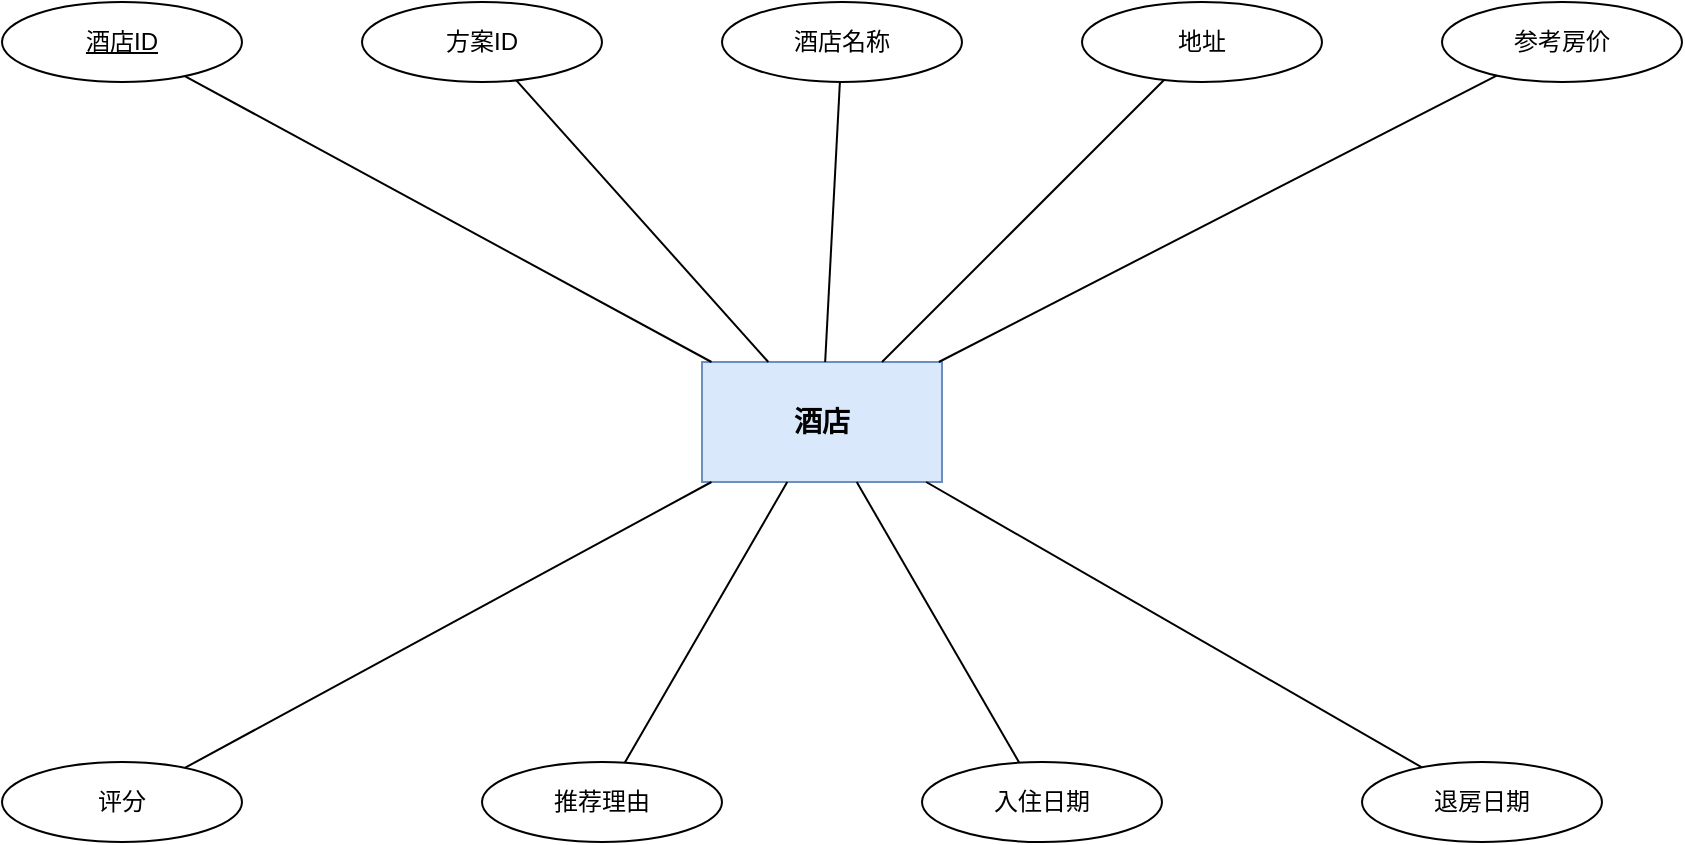
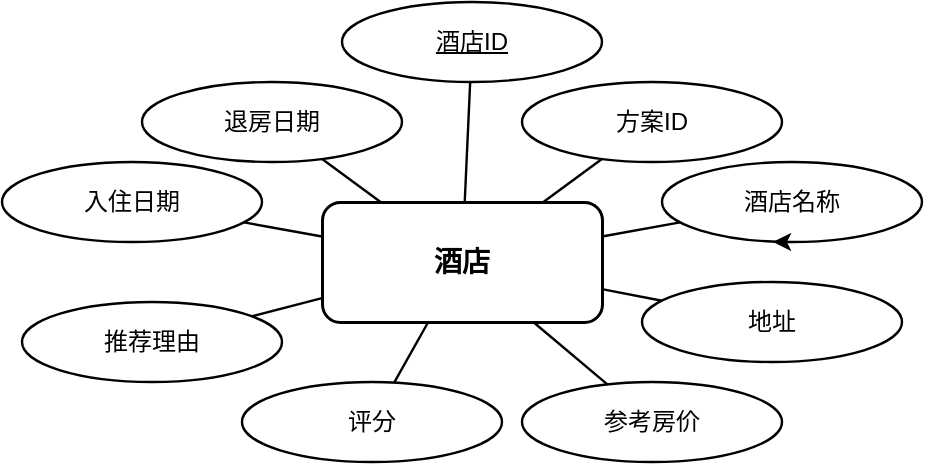
- <mxfile host="app.diagrams.net" type="device">
+ <mxfile host="Electron">
  <diagram name="酒店实体属性图" id="entHotel">
-     <mxGraphModel dx="900" dy="500" grid="1" gridSize="10" guides="1" tooltips="1" connect="1" arrows="1" fold="1" page="1" pageScale="1" pageWidth="900" pageHeight="500" math="0" shadow="0">
+     <mxGraphModel dx="934" dy="662" grid="1" gridSize="10" guides="1" tooltips="1" connect="1" arrows="1" fold="1" page="1" pageScale="1" pageWidth="1060" pageHeight="720" math="0" shadow="0">
      <root>
-         <mxCell id="0"/>
-         <mxCell id="1" parent="0"/>
-         <mxCell id="ent" value="酒店" style="rounded=0;whiteSpace=wrap;html=1;fontSize=14;fontStyle=1;fillColor=#dae8fc;strokeColor=#6c8ebf;" vertex="1" parent="1"><mxGeometry x="390" y="220" width="120" height="60" as="geometry"/></mxCell>
-         <mxCell id="a1" value="&lt;u&gt;酒店ID&lt;/u&gt;" style="ellipse;whiteSpace=wrap;html=1;fontSize=12;" vertex="1" parent="1"><mxGeometry x="40" y="40" width="120" height="40" as="geometry"/></mxCell>
-         <mxCell id="a2" value="方案ID" style="ellipse;whiteSpace=wrap;html=1;fontSize=12;" vertex="1" parent="1"><mxGeometry x="220" y="40" width="120" height="40" as="geometry"/></mxCell>
-         <mxCell id="a3" value="酒店名称" style="ellipse;whiteSpace=wrap;html=1;fontSize=12;" vertex="1" parent="1"><mxGeometry x="400" y="40" width="120" height="40" as="geometry"/></mxCell>
-         <mxCell id="a4" value="地址" style="ellipse;whiteSpace=wrap;html=1;fontSize=12;" vertex="1" parent="1"><mxGeometry x="580" y="40" width="120" height="40" as="geometry"/></mxCell>
-         <mxCell id="a5" value="参考房价" style="ellipse;whiteSpace=wrap;html=1;fontSize=12;" vertex="1" parent="1"><mxGeometry x="760" y="40" width="120" height="40" as="geometry"/></mxCell>
-         <mxCell id="a6" value="评分" style="ellipse;whiteSpace=wrap;html=1;fontSize=12;" vertex="1" parent="1"><mxGeometry x="40" y="420" width="120" height="40" as="geometry"/></mxCell>
-         <mxCell id="a7" value="推荐理由" style="ellipse;whiteSpace=wrap;html=1;fontSize=12;" vertex="1" parent="1"><mxGeometry x="280" y="420" width="120" height="40" as="geometry"/></mxCell>
-         <mxCell id="a8" value="入住日期" style="ellipse;whiteSpace=wrap;html=1;fontSize=12;" vertex="1" parent="1"><mxGeometry x="500" y="420" width="120" height="40" as="geometry"/></mxCell>
-         <mxCell id="a9" value="退房日期" style="ellipse;whiteSpace=wrap;html=1;fontSize=12;" vertex="1" parent="1"><mxGeometry x="720" y="420" width="120" height="40" as="geometry"/></mxCell>
-         <mxCell id="e1" style="endArrow=none;html=1;" edge="1" parent="1" source="ent" target="a1"><mxGeometry relative="1" as="geometry"/></mxCell>
-         <mxCell id="e2" style="endArrow=none;html=1;" edge="1" parent="1" source="ent" target="a2"><mxGeometry relative="1" as="geometry"/></mxCell>
-         <mxCell id="e3" style="endArrow=none;html=1;" edge="1" parent="1" source="ent" target="a3"><mxGeometry relative="1" as="geometry"/></mxCell>
-         <mxCell id="e4" style="endArrow=none;html=1;" edge="1" parent="1" source="ent" target="a4"><mxGeometry relative="1" as="geometry"/></mxCell>
-         <mxCell id="e5" style="endArrow=none;html=1;" edge="1" parent="1" source="ent" target="a5"><mxGeometry relative="1" as="geometry"/></mxCell>
-         <mxCell id="e6" style="endArrow=none;html=1;" edge="1" parent="1" source="ent" target="a6"><mxGeometry relative="1" as="geometry"/></mxCell>
-         <mxCell id="e7" style="endArrow=none;html=1;" edge="1" parent="1" source="ent" target="a7"><mxGeometry relative="1" as="geometry"/></mxCell>
-         <mxCell id="e8" style="endArrow=none;html=1;" edge="1" parent="1" source="ent" target="a8"><mxGeometry relative="1" as="geometry"/></mxCell>
-         <mxCell id="e9" style="endArrow=none;html=1;" edge="1" parent="1" source="ent" target="a9"><mxGeometry relative="1" as="geometry"/></mxCell>
+         <mxCell id="0" />
+         <mxCell id="1" parent="0" />
+         <mxCell id="ent" parent="1" style="rounded=1;whiteSpace=wrap;html=1;fontSize=14;fontStyle=1;strokeWidth=1.5;labelBackgroundColor=none;" value="酒店" vertex="1">
+           <mxGeometry height="60" width="140" x="470" y="330" as="geometry" />
+         </mxCell>
+         <mxCell id="a1" parent="1" style="ellipse;whiteSpace=wrap;html=1;fontSize=12;strokeWidth=1.2;labelBackgroundColor=none;rounded=1;" value="&lt;u&gt;酒店ID&lt;/u&gt;" vertex="1">
+           <mxGeometry height="40" width="130" x="480" y="230" as="geometry" />
+         </mxCell>
+         <mxCell id="a2" parent="1" style="ellipse;whiteSpace=wrap;html=1;fontSize=12;strokeWidth=1.2;labelBackgroundColor=none;rounded=1;" value="方案ID" vertex="1">
+           <mxGeometry height="40" width="130" x="570" y="270" as="geometry" />
+         </mxCell>
+         <mxCell id="a3" parent="1" style="ellipse;whiteSpace=wrap;html=1;fontSize=12;strokeWidth=1.2;labelBackgroundColor=none;rounded=1;" value="酒店名称" vertex="1">
+           <mxGeometry height="40" width="130" x="640" y="310" as="geometry" />
+         </mxCell>
+         <mxCell id="a4" parent="1" style="ellipse;whiteSpace=wrap;html=1;fontSize=12;strokeWidth=1.2;labelBackgroundColor=none;rounded=1;" value="地址" vertex="1">
+           <mxGeometry height="40" width="130" x="630" y="370" as="geometry" />
+         </mxCell>
+         <mxCell id="a5" parent="1" style="ellipse;whiteSpace=wrap;html=1;fontSize=12;strokeWidth=1.2;labelBackgroundColor=none;rounded=1;" value="参考房价" vertex="1">
+           <mxGeometry height="40" width="130" x="570" y="420" as="geometry" />
+         </mxCell>
+         <mxCell id="a6" parent="1" style="ellipse;whiteSpace=wrap;html=1;fontSize=12;strokeWidth=1.2;labelBackgroundColor=none;rounded=1;" value="评分" vertex="1">
+           <mxGeometry height="40" width="130" x="430" y="420" as="geometry" />
+         </mxCell>
+         <mxCell id="a7" parent="1" style="ellipse;whiteSpace=wrap;html=1;fontSize=12;strokeWidth=1.2;labelBackgroundColor=none;rounded=1;" value="推荐理由" vertex="1">
+           <mxGeometry height="40" width="130" x="320" y="380" as="geometry" />
+         </mxCell>
+         <mxCell id="a8" parent="1" style="ellipse;whiteSpace=wrap;html=1;fontSize=12;strokeWidth=1.2;labelBackgroundColor=none;rounded=1;" value="入住日期" vertex="1">
+           <mxGeometry height="40" width="130" x="310" y="310" as="geometry" />
+         </mxCell>
+         <mxCell id="a9" parent="1" style="ellipse;whiteSpace=wrap;html=1;fontSize=12;strokeWidth=1.2;labelBackgroundColor=none;rounded=1;" value="退房日期" vertex="1">
+           <mxGeometry height="40" width="130" x="380" y="270" as="geometry" />
+         </mxCell>
+         <mxCell id="e1" edge="1" parent="1" source="ent" style="endArrow=none;html=1;strokeWidth=1.2;labelBackgroundColor=none;fontColor=default;" target="a1">
+           <mxGeometry relative="1" as="geometry" />
+         </mxCell>
+         <mxCell id="e2" edge="1" parent="1" source="ent" style="endArrow=none;html=1;strokeWidth=1.2;labelBackgroundColor=none;fontColor=default;" target="a2">
+           <mxGeometry relative="1" as="geometry" />
+         </mxCell>
+         <mxCell id="e3" edge="1" parent="1" source="ent" style="endArrow=none;html=1;strokeWidth=1.2;labelBackgroundColor=none;fontColor=default;" target="a3">
+           <mxGeometry relative="1" as="geometry" />
+         </mxCell>
+         <mxCell id="e4" edge="1" parent="1" source="ent" style="endArrow=none;html=1;strokeWidth=1.2;labelBackgroundColor=none;fontColor=default;" target="a4">
+           <mxGeometry relative="1" as="geometry" />
+         </mxCell>
+         <mxCell id="e5" edge="1" parent="1" source="ent" style="endArrow=none;html=1;strokeWidth=1.2;labelBackgroundColor=none;fontColor=default;" target="a5">
+           <mxGeometry relative="1" as="geometry" />
+         </mxCell>
+         <mxCell id="e6" edge="1" parent="1" source="ent" style="endArrow=none;html=1;strokeWidth=1.2;labelBackgroundColor=none;fontColor=default;" target="a6">
+           <mxGeometry relative="1" as="geometry" />
+         </mxCell>
+         <mxCell id="e7" edge="1" parent="1" source="ent" style="endArrow=none;html=1;strokeWidth=1.2;labelBackgroundColor=none;fontColor=default;" target="a7">
+           <mxGeometry relative="1" as="geometry" />
+         </mxCell>
+         <mxCell id="e8" edge="1" parent="1" source="ent" style="endArrow=none;html=1;strokeWidth=1.2;labelBackgroundColor=none;fontColor=default;" target="a8">
+           <mxGeometry relative="1" as="geometry" />
+         </mxCell>
+         <mxCell id="e9" edge="1" parent="1" source="ent" style="endArrow=none;html=1;strokeWidth=1.2;labelBackgroundColor=none;fontColor=default;" target="a9">
+           <mxGeometry relative="1" as="geometry" />
+         </mxCell>
+         <mxCell id="pmnawv1FaWdS29-KJupF-1" edge="1" parent="1" source="a3" style="edgeStyle=orthogonalEdgeStyle;rounded=1;orthogonalLoop=1;jettySize=auto;html=1;exitX=0.5;exitY=1;exitDx=0;exitDy=0;entryX=0.427;entryY=1;entryDx=0;entryDy=0;entryPerimeter=0;" target="a3">
+           <mxGeometry relative="1" as="geometry" />
+         </mxCell>
      </root>
    </mxGraphModel>
  </diagram>
</mxfile>
